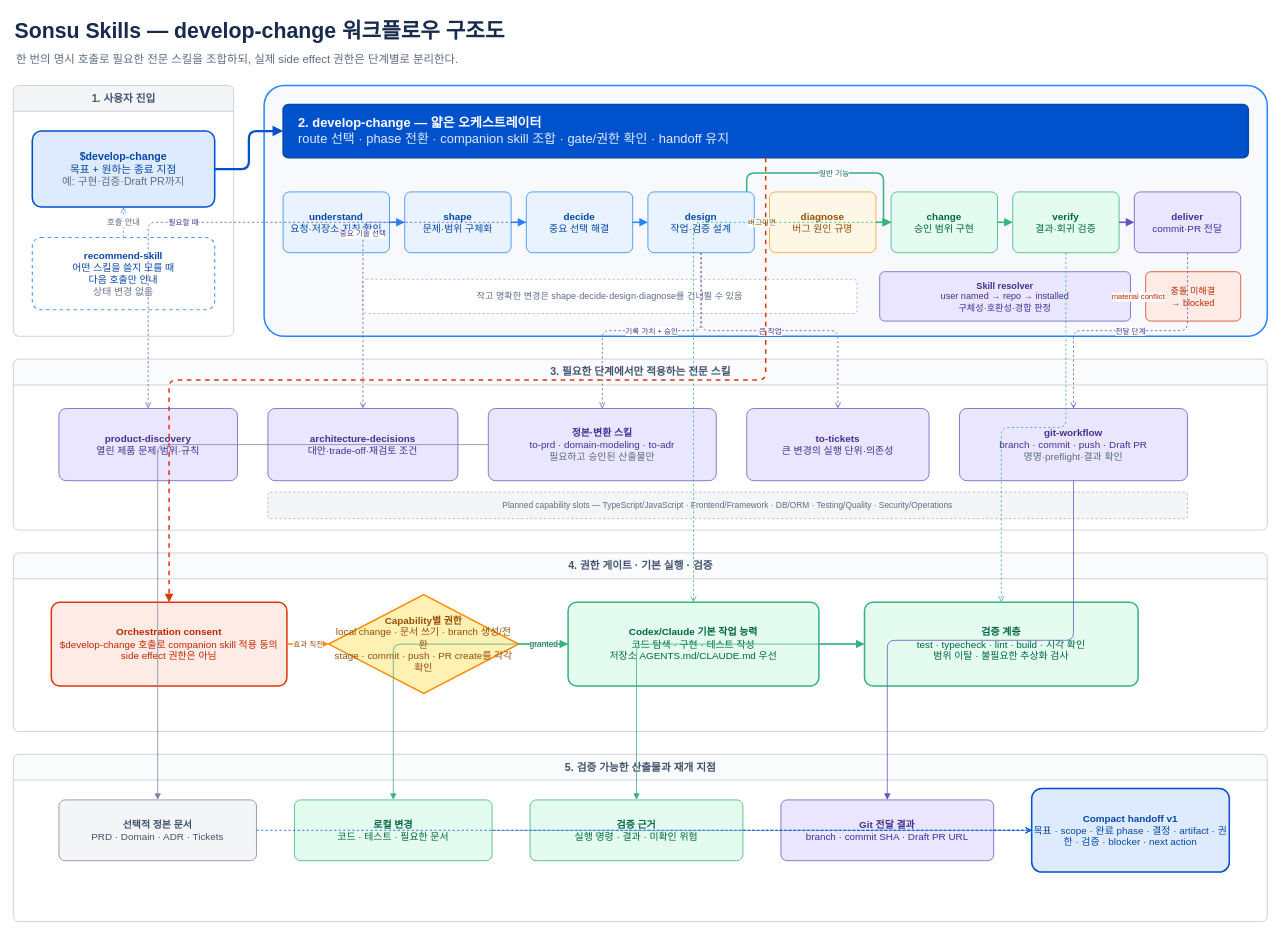
This is docs/design/develop-change-workflow.drawio from sonsu-lee/skills, a draw.io file, before an edit. Source tidied: cells renumbered, new cells numbered last; positions are measured from the earlier drawing's top-left corner, leaving out a move shared by most shapes. Both pictures are drawn from the tidied source at 76%, with x=0, y=0 at pixel (13, 13).
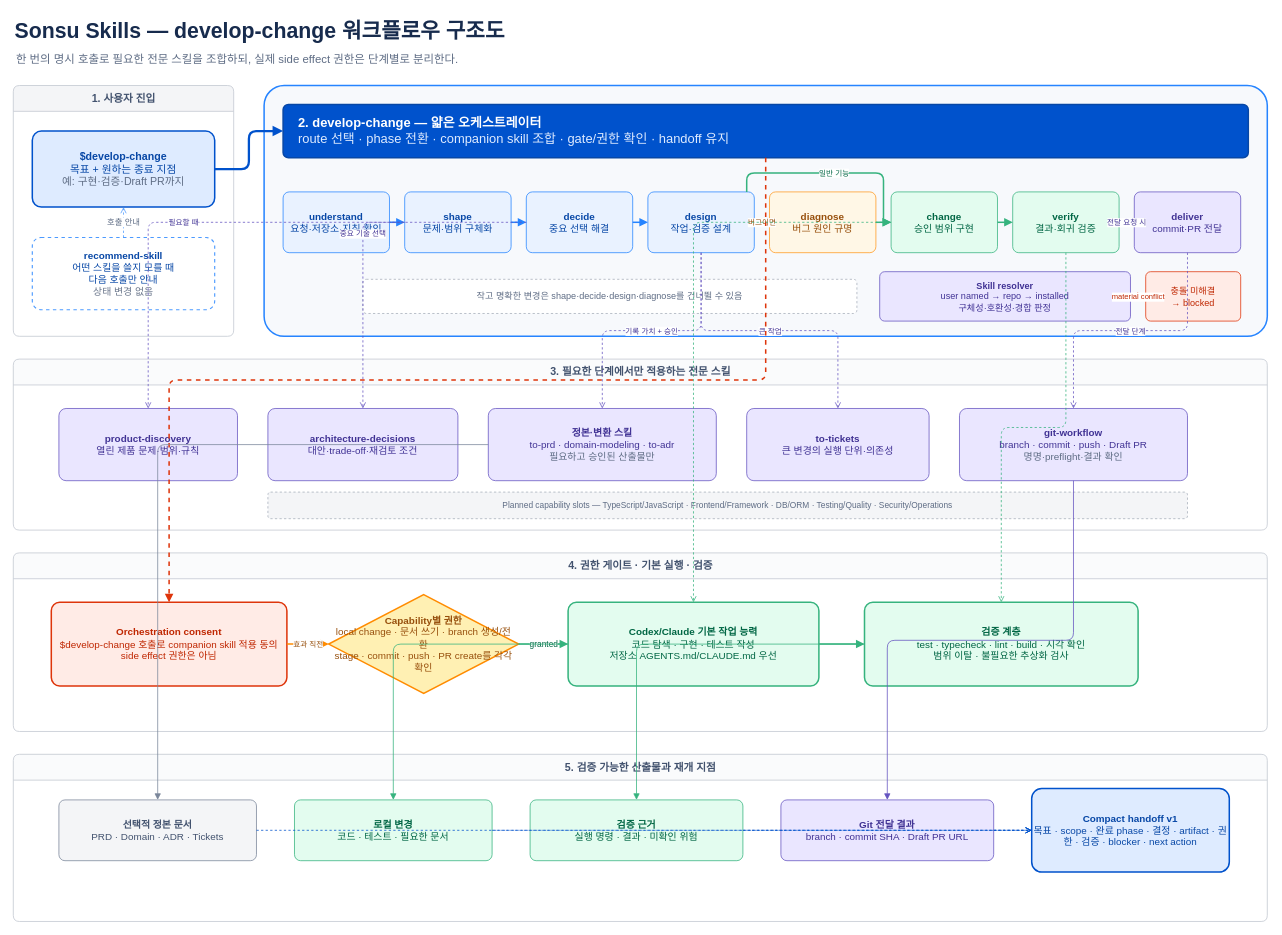
The same diagram, later.

Commit message (it also covers changes not shown here):
fix(develop-change): enforce orchestration record consistency

Unchanged cells that the change refers to:
```xml
<mxCell id="15" value="&lt;b&gt;verify&lt;/b&gt;&lt;br&gt;결과·회귀 검증" style="rounded=1;whiteSpace=wrap;html=1;arcSize=10;fillColor=#E3FCEF;strokeColor=#36B37E;fontColor=#006644;fontSize=13;align=center;verticalAlign=middle;" parent="1" vertex="1">
  <mxGeometry x="1315" y="235" width="140" height="80" as="geometry" />
</mxCell>
<mxCell id="16" value="&lt;b&gt;deliver&lt;/b&gt;&lt;br&gt;commit·PR 전달" style="rounded=1;whiteSpace=wrap;html=1;arcSize=10;fillColor=#EAE6FF;strokeColor=#6554C0;fontColor=#403294;fontSize=13;align=center;verticalAlign=middle;" parent="1" vertex="1">
  <mxGeometry x="1475" y="235" width="140" height="80" as="geometry" />
</mxCell>
```

Change to the diagram source:
```diff
@@
-    <mxCell id="47" style="edgeStyle=orthogonalEdgeStyle;rounded=1;html=1;strokeColor=#6554C0;strokeWidth=2;endArrow=block;endFill=1;" parent="1" edge="1" source="15" target="16">
+    <mxCell id="47" value="전달 요청 시" style="edgeStyle=orthogonalEdgeStyle;rounded=1;html=1;strokeColor=#6554C0;strokeWidth=2;endArrow=block;endFill=1;fontSize=10;fontColor=#403294;" parent="1" edge="1" source="15" target="16">
       <mxGeometry relative="1" as="geometry" />
     </mxCell>
```
